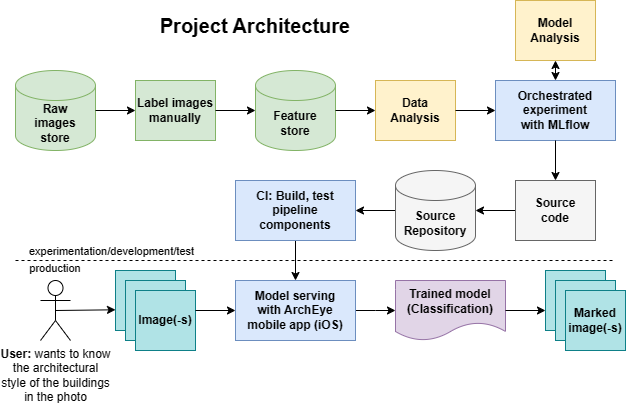
Above: images/project_scheme.drawio.png in ArchEye-Team/architectural_styles_recognition (draw.io), before the change. Source tidied: cells renumbered, new cells last; positions are measured from the earlier drawing's top-left corner, leaving out a move shared by most shapes.
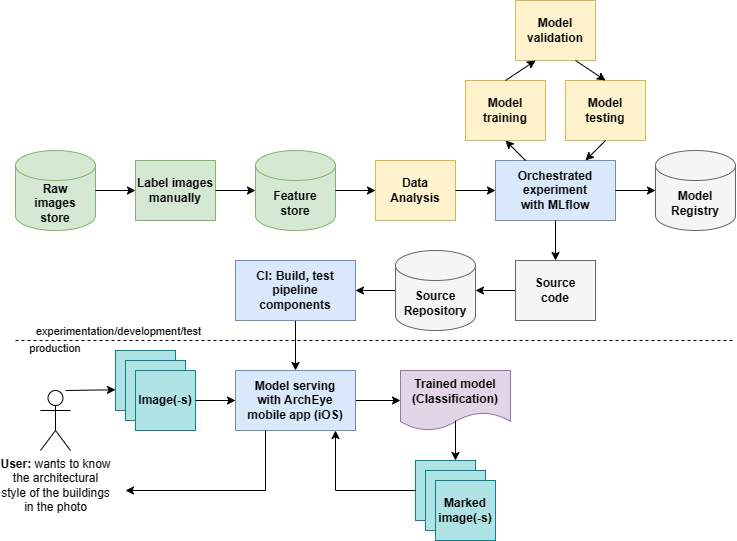
Later version of the same file.

Commit message:
Add updated architecture scheme, info about success metrics and add model sizes into table

What changed in the source:
```diff
@@ -5,9 +5,6 @@
     <mxCell id="2" value="&lt;b&gt;Raw&lt;br&gt;images&lt;br&gt;store&lt;/b&gt;" style="shape=cylinder3;whiteSpace=wrap;html=1;boundedLbl=1;backgroundOutline=1;size=15;fillColor=#d5e8d4;strokeColor=#82b366;" parent="1" vertex="1">
       <mxGeometry y="70" width="80" height="80" as="geometry" />
     </mxCell>
-    <mxCell id="3" value="&lt;font style=&quot;font-size: 20px;&quot;&gt;&lt;b&gt;Project Architecture&lt;/b&gt;&lt;/font&gt;" style="text;html=1;strokeColor=none;fillColor=none;align=center;verticalAlign=middle;whiteSpace=wrap;rounded=0;" parent="1" vertex="1">
-      <mxGeometry x="95" y="10" width="290" height="30" as="geometry" />
-    </mxCell>
     <mxCell id="4" value="&lt;b&gt;Label images&lt;br&gt;manually&lt;br&gt;&lt;/b&gt;" style="rounded=0;whiteSpace=wrap;html=1;fillColor=#d5e8d4;strokeColor=#82b366;" parent="1" vertex="1">
       <mxGeometry x="120" y="80" width="80" height="60" as="geometry" />
     </mxCell>
@@ -32,12 +29,9 @@
     <mxCell id="11" style="endArrow=classic;html=1;rounded=0;exitX=1;exitY=0.5;exitDx=0;exitDy=0;entryX=0;entryY=0.5;entryDx=0;entryDy=0;" parent="1" edge="1" source="8" target="10">
       <mxGeometry relative="1" as="geometry" />
     </mxCell>
-    <mxCell id="12" value="&lt;b&gt;Model&lt;br&gt;Analysis&lt;/b&gt;" style="rounded=0;whiteSpace=wrap;html=1;fillColor=#fff2cc;strokeColor=#d6b656;" parent="1" vertex="1">
-      <mxGeometry x="500" width="80" height="60" as="geometry" />
+    <mxCell id="12" value="&lt;b&gt;Model training&lt;/b&gt;" style="rounded=0;whiteSpace=wrap;html=1;fillColor=#fff2cc;strokeColor=#d6b656;" parent="1" vertex="1">
+      <mxGeometry x="450" width="80" height="60" as="geometry" />
     </mxCell>
-    <mxCell id="13" style="endArrow=classic;startArrow=classic;html=1;rounded=0;entryX=0.5;entryY=1;entryDx=0;entryDy=0;" parent="1" edge="1" source="10" target="12">
-      <mxGeometry relative="1" as="geometry" />
-    </mxCell>
     <mxCell id="14" style="edgeStyle=orthogonalEdgeStyle;rounded=0;jettySize=auto;html=1;exitX=0;exitY=0.5;exitDx=0;exitDy=0;" parent="1" edge="1" source="15" target="18">
       <mxGeometry relative="1" as="geometry" />
     </mxCell>
@@ -59,18 +53,16 @@
     <mxCell id="20" value="&lt;b&gt;CI: Build, test&lt;br&gt;pipeline&lt;br&gt;components&lt;/b&gt;" style="rounded=0;whiteSpace=wrap;html=1;fillColor=#dae8fc;strokeColor=#6c8ebf;" parent="1" vertex="1">
       <mxGeometry x="220" y="180" width="120" height="60" as="geometry" />
     </mxCell>
-    <mxCell id="21" style="edgeStyle=orthogonalEdgeStyle;rounded=0;jettySize=auto;html=1;exitX=1;exitY=0.5;exitDx=0;exitDy=0;entryX=0;entryY=0.5;entryDx=0;entryDy=0;" parent="1" edge="1" source="22">
-      <mxGeometry relative="1" as="geometry">
-        <mxPoint x="380" y="310" as="targetPoint" />
-      </mxGeometry>
+    <mxCell id="21" style="edgeStyle=orthogonalEdgeStyle;rounded=0;jettySize=auto;html=1;exitX=1;exitY=0.5;exitDx=0;exitDy=0;entryX=0;entryY=0.5;entryDx=0;entryDy=0;" parent="1" edge="1" source="22" target="32">
+      <mxGeometry relative="1" as="geometry" />
     </mxCell>
     <mxCell id="22" value="&lt;b&gt;Model serving&lt;br&gt;with ArchEye&lt;br&gt;mobile app (iOS)&lt;br&gt;&lt;/b&gt;" style="rounded=0;whiteSpace=wrap;html=1;fillColor=#dae8fc;strokeColor=#6c8ebf;" parent="1" vertex="1">
-      <mxGeometry x="220" y="280" width="120" height="60" as="geometry" />
+      <mxGeometry x="220" y="290" width="120" height="60" as="geometry" />
     </mxCell>
     <mxCell id="23" style="endArrow=none;dashed=1;html=1;rounded=0;" parent="1" edge="1">
       <mxGeometry relative="1" as="geometry">
         <mxPoint y="260" as="sourcePoint" />
-        <mxPoint x="600" y="260" as="targetPoint" />
+        <mxPoint x="720" y="260" as="targetPoint" />
       </mxGeometry>
     </mxCell>
     <mxCell id="24" value="experimentation/development/test" style="edgeLabel;html=1;align=center;verticalAlign=middle;" parent="23" vertex="1">
@@ -84,7 +76,7 @@
       </mxGeometry>
     </mxCell>
     <mxCell id="26" value="&lt;b&gt;User:&lt;/b&gt; wants to know&lt;br&gt;the architectural&lt;br&gt;style of the buildings&lt;br&gt;in the photo" style="shape=umlActor;verticalLabelPosition=bottom;verticalAlign=top;html=1;outlineConnect=0;" parent="1" vertex="1">
-      <mxGeometry x="25" y="280" width="30" height="60" as="geometry" />
+      <mxGeometry x="25" y="310" width="30" height="60" as="geometry" />
     </mxCell>
     <mxCell id="27" style="whiteSpace=wrap;html=1;fillColor=#b0e3e6;strokeColor=#0e8088;" parent="1" vertex="1">
       <mxGeometry x="100" y="270" width="60" height="60" as="geometry" />
@@ -95,32 +87,72 @@
     <mxCell id="29" value="&lt;b&gt;Image(-s)&lt;/b&gt;" style="whiteSpace=wrap;html=1;fillColor=#b0e3e6;strokeColor=#0e8088;" parent="1" vertex="1">
       <mxGeometry x="120" y="290" width="60" height="60" as="geometry" />
     </mxCell>
-    <mxCell id="30" style="endArrow=classic;html=1;rounded=0;" parent="1" edge="1" target="22">
-      <mxGeometry relative="1" as="geometry">
-        <mxPoint x="180" y="310" as="sourcePoint" />
-      </mxGeometry>
+    <mxCell id="30" style="endArrow=classic;html=1;rounded=0;exitX=1;exitY=0.5;exitDx=0;exitDy=0;" parent="1" edge="1" source="29" target="22">
+      <mxGeometry relative="1" as="geometry" />
     </mxCell>
-    <mxCell id="31" style="endArrow=classic;html=1;rounded=0;entryX=-0.017;entryY=0.643;entryDx=0;entryDy=0;entryPerimeter=0;exitX=0.5;exitY=0.5;exitDx=0;exitDy=0;exitPerimeter=0;" parent="1" edge="1" source="26">
+    <mxCell id="31" style="endArrow=classic;html=1;rounded=0;entryX=-0.017;entryY=0.643;entryDx=0;entryDy=0;entryPerimeter=0;" parent="1" edge="1">
       <mxGeometry relative="1" as="geometry">
+        <mxPoint x="50" y="310" as="sourcePoint" />
         <mxPoint x="100" y="309.3" as="targetPoint" />
       </mxGeometry>
     </mxCell>
     <mxCell id="32" value="&lt;b style=&quot;border-color: var(--border-color);&quot;&gt;Trained model&lt;br style=&quot;border-color: var(--border-color);&quot;&gt;(Classification)&lt;/b&gt;" style="shape=document;whiteSpace=wrap;html=1;boundedLbl=1;fillColor=#e1d5e7;strokeColor=#9673a6;" parent="1" vertex="1">
-      <mxGeometry x="380" y="280" width="110" height="60" as="geometry" />
+      <mxGeometry x="385" y="290" width="110" height="60" as="geometry" />
     </mxCell>
     <mxCell id="33" style="whiteSpace=wrap;html=1;fillColor=#b0e3e6;strokeColor=#0e8088;" parent="1" vertex="1">
-      <mxGeometry x="530" y="270" width="60" height="60" as="geometry" />
+      <mxGeometry x="400" y="380" width="60" height="60" as="geometry" />
     </mxCell>
     <mxCell id="34" style="whiteSpace=wrap;html=1;fillColor=#b0e3e6;strokeColor=#0e8088;" parent="1" vertex="1">
-      <mxGeometry x="540" y="280" width="60" height="60" as="geometry" />
+      <mxGeometry x="410" y="390" width="60" height="60" as="geometry" />
     </mxCell>
     <mxCell id="35" value="&lt;b&gt;Marked&lt;br&gt;image(-s)&lt;/b&gt;" style="whiteSpace=wrap;html=1;fillColor=#b0e3e6;strokeColor=#0e8088;" parent="1" vertex="1">
-      <mxGeometry x="550" y="290" width="60" height="60" as="geometry" />
+      <mxGeometry x="420" y="400" width="60" height="60" as="geometry" />
     </mxCell>
-    <mxCell id="36" style="endArrow=classic;html=1;rounded=0;exitX=1;exitY=0.5;exitDx=0;exitDy=0;" parent="1" edge="1" source="32">
-      <mxGeometry relative="1" as="geometry">
-        <mxPoint x="530" y="310" as="targetPoint" />
-      </mxGeometry>
-    </mxCell>
+    <mxCell id="37" style="endArrow=classic;html=1;rounded=0;" parent="1" edge="1">
+      <mxGeometry relative="1" as="geometry">
+        <mxPoint x="440" y="340" as="sourcePoint" />
+        <mxPoint x="440" y="380" as="targetPoint" />
+      </mxGeometry>
+    </mxCell>
+    <mxCell id="38" style="endArrow=classic;html=1;rounded=0;exitX=0;exitY=0.5;exitDx=0;exitDy=0;" parent="1" edge="1" source="33">
+      <mxGeometry relative="1" as="geometry">
+        <mxPoint x="320" y="350" as="targetPoint" />
+        <Array as="points">
+          <mxPoint x="320" y="410" />
+        </Array>
+      </mxGeometry>
+    </mxCell>
+    <mxCell id="39" style="endArrow=classic;html=1;rounded=0;exitX=0.25;exitY=1;exitDx=0;exitDy=0;" parent="1" edge="1" source="22">
+      <mxGeometry relative="1" as="geometry">
+        <mxPoint x="110" y="410" as="targetPoint" />
+        <Array as="points">
+          <mxPoint x="250" y="410" />
+        </Array>
+      </mxGeometry>
+    </mxCell>
+    <mxCell id="40" value="&lt;font color=&quot;#000000&quot;&gt;&lt;b&gt;Model Registry&lt;/b&gt;&lt;/font&gt;" style="shape=cylinder3;whiteSpace=wrap;html=1;boundedLbl=1;backgroundOutline=1;size=15;fillColor=#f5f5f5;strokeColor=#666666;fontColor=#333333;" parent="1" vertex="1">
+      <mxGeometry x="640" y="70" width="80" height="80" as="geometry" />
+    </mxCell>
+    <mxCell id="41" style="endArrow=classic;html=1;rounded=0;exitX=1;exitY=0.5;exitDx=0;exitDy=0;" parent="1" edge="1" source="10" target="40">
+      <mxGeometry relative="1" as="geometry" />
+    </mxCell>
+    <mxCell id="13" style="endArrow=classic;html=1;rounded=0;entryX=0.5;entryY=1;entryDx=0;entryDy=0;exitX=0.25;exitY=0;exitDx=0;exitDy=0;" parent="1" edge="1" source="10" target="12">
+      <mxGeometry relative="1" as="geometry" />
+    </mxCell>
+    <mxCell id="42" value="&lt;b&gt;Model validation&lt;/b&gt;" style="rounded=0;whiteSpace=wrap;html=1;fillColor=#fff2cc;strokeColor=#d6b656;" parent="1" vertex="1">
+      <mxGeometry x="500" y="-80" width="80" height="60" as="geometry" />
+    </mxCell>
+    <mxCell id="43" value="&lt;b&gt;Model&lt;br&gt;testing&lt;/b&gt;" style="rounded=0;whiteSpace=wrap;html=1;fillColor=#fff2cc;strokeColor=#d6b656;" parent="1" vertex="1">
+      <mxGeometry x="550" width="80" height="60" as="geometry" />
+    </mxCell>
+    <mxCell id="44" style="endArrow=classic;html=1;rounded=0;exitX=0.5;exitY=0;exitDx=0;exitDy=0;entryX=0.25;entryY=1;entryDx=0;entryDy=0;" parent="1" edge="1" source="12" target="42">
+      <mxGeometry relative="1" as="geometry" />
+    </mxCell>
+    <mxCell id="45" style="endArrow=classic;html=1;rounded=0;exitX=0.75;exitY=1;exitDx=0;exitDy=0;entryX=0.5;entryY=0;entryDx=0;entryDy=0;" parent="1" edge="1" source="42" target="43">
+      <mxGeometry relative="1" as="geometry" />
+    </mxCell>
+    <mxCell id="46" style="endArrow=classic;html=1;rounded=0;exitX=0.5;exitY=1;exitDx=0;exitDy=0;" parent="1" edge="1" source="43" target="10">
+      <mxGeometry relative="1" as="geometry" />
+    </mxCell>
   </root>
 </mxGraphModel>
```
